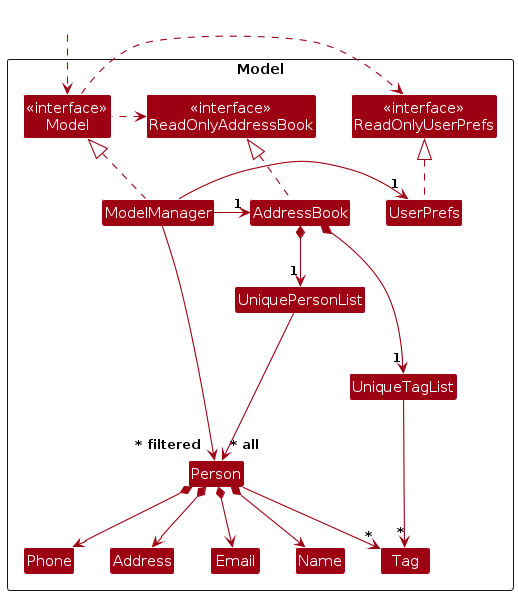
The PlantUML diagram diagrams/ModelClassDiagram.png in AY2324S2-CS2103T-T11-3/tp, before a commit. Its source is kept beside it as diagrams/ModelClassDiagram.puml. Source of this version:
```plantuml
@startuml
!include style.puml
skinparam arrowThickness 1.1
skinparam arrowColor MODEL_COLOR
skinparam classBackgroundColor MODEL_COLOR

Package Model as ModelPackage <<Rectangle>>{
Class "<<interface>>\nReadOnlyAddressBook" as ReadOnlyAddressBook
Class "<<interface>>\nReadOnlyUserPrefs" as ReadOnlyUserPrefs
Class "<<interface>>\nModel" as Model
Class AddressBook
Class ModelManager
Class UserPrefs

Class UniqueTagList
Class UniquePersonList
Class Person
Class Address
Class Email
Class Name
Class Phone
Class Tag

Class I #FFFFFF
}

Class HiddenOutside #FFFFFF
HiddenOutside ..> Model

AddressBook .up.|> ReadOnlyAddressBook

ModelManager .up.|> Model
Model .right.> ReadOnlyUserPrefs
Model .left.> ReadOnlyAddressBook
ModelManager -left-> "1" AddressBook
ModelManager -right-> "1" UserPrefs
UserPrefs .up.|> ReadOnlyUserPrefs

AddressBook *--> "1" UniqueTagList
UniqueTagList --> "~*" Tag

AddressBook *--> "1" UniquePersonList
UniquePersonList --> "~* all" Person
Person *--> Name
Person *--> Phone
Person *--> Email
Person *--> Address
Person --> "*" Tag

Person -[hidden]up--> I
UniquePersonList -[hidden]right-> I


Name -[hidden]right-> Phone
Phone -[hidden]right-> Address
Address -[hidden]right-> Email

ModelManager --> "~* filtered" Person
@enduml
```
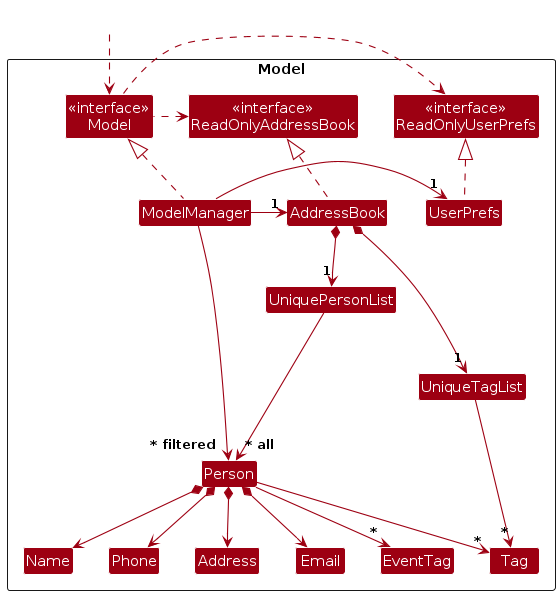
The same diagram one commit later.

Change to the diagram source:
```diff
@@ -20,6 +20,7 @@
 Class Name
 Class Phone
 Class Tag
+Class EventTag
 
 Class I #FFFFFF
 }
@@ -46,11 +47,13 @@
 Person *--> Email
 Person *--> Address
 Person --> "*" Tag
+Person --> "*" EventTag
 
 Person -[hidden]up--> I
 UniquePersonList -[hidden]right-> I
 
 
+EventTag -[hidden]right-> Name
 Name -[hidden]right-> Phone
 Phone -[hidden]right-> Address
 Address -[hidden]right-> Email
```
